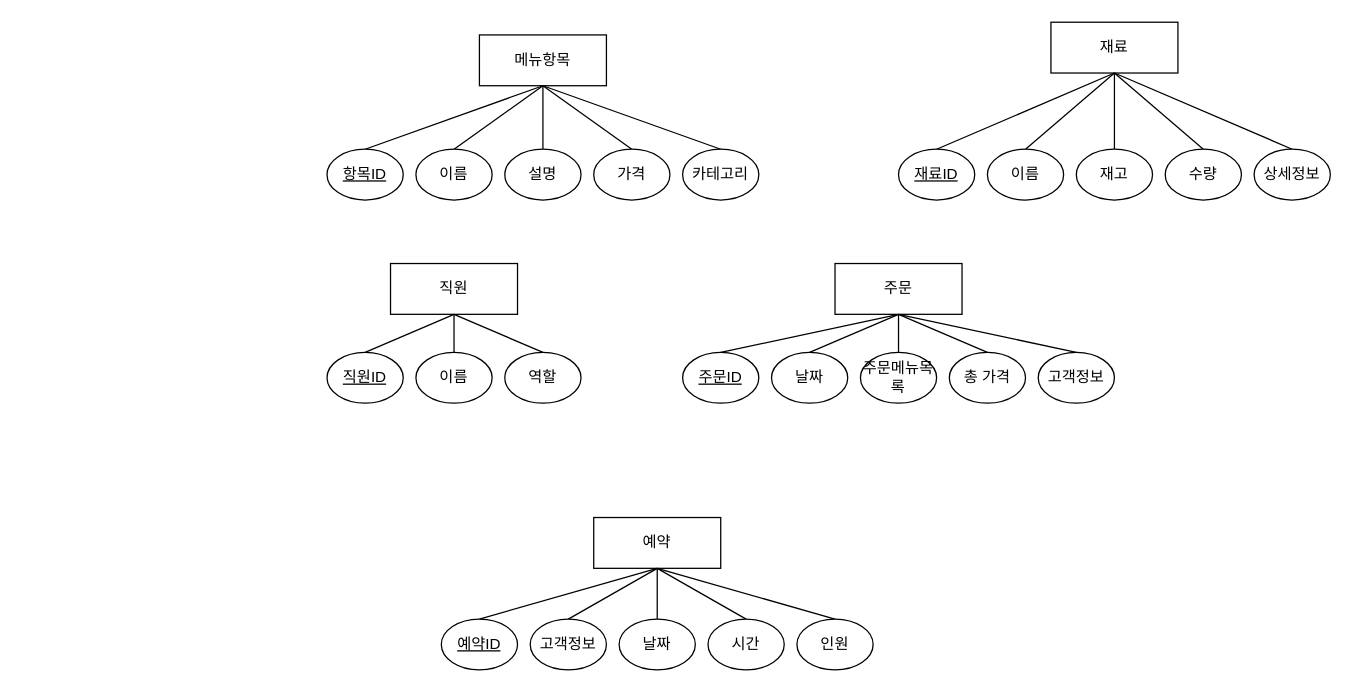
Above: 이탈리안_레스토랑_데베설과제.drawio in dbsrudrla/diagram (draw.io), before the change. Source tidied: cells renumbered, new cells numbered last; positions are measured from the earlier drawing's top-left corner, leaving out a move shared by most shapes. Both pictures are drawn from the tidied source at 127%, with x=0, y=0 at pixel (326, 22).
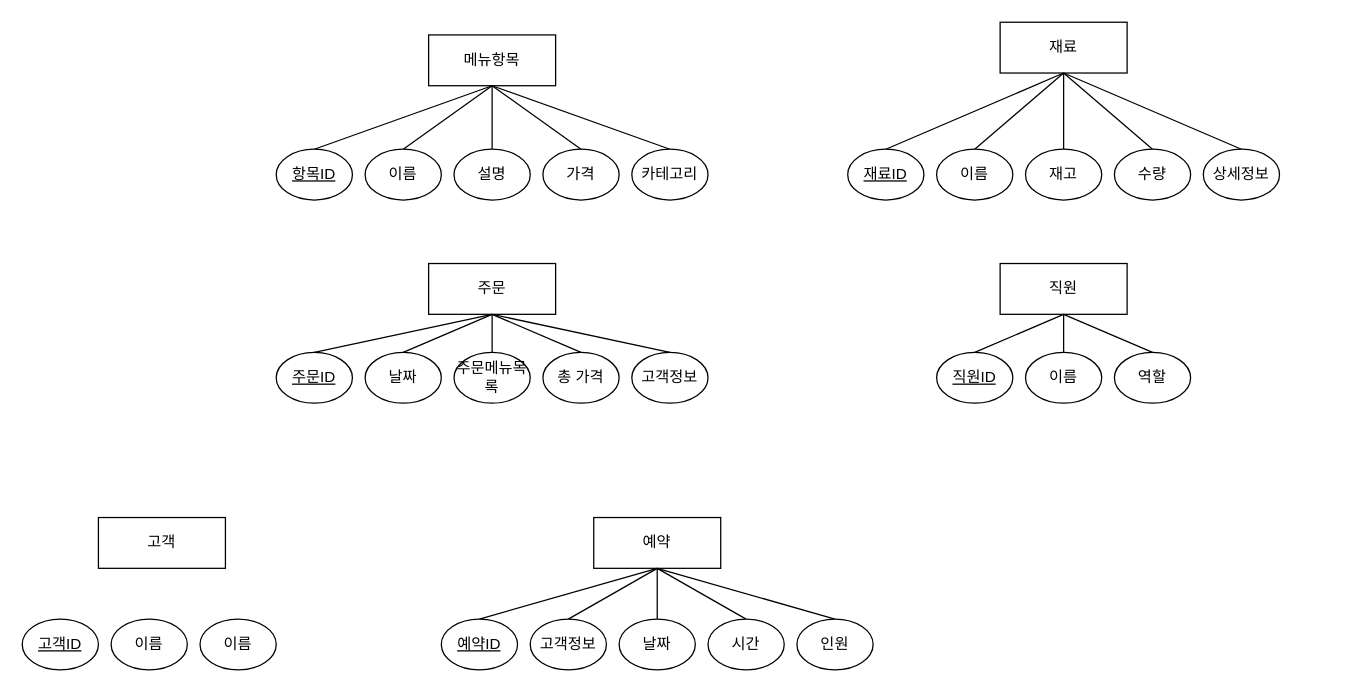
Above is the later version.

Commit message (it also covers changes not shown here):
이탈리안_레스토랑_데베설과제.drawio 업데이트

What changed in the source:
```diff
@@
     <mxCell id="2" value="메뉴항목" style="whiteSpace=wrap;html=1;align=center;" parent="1" vertex="1">
-      <mxGeometry x="120" y="10" width="100" height="40" as="geometry" />
+      <mxGeometry x="80" y="10" width="100" height="40" as="geometry" />
     </mxCell>
     <mxCell id="3" value="재료" style="whiteSpace=wrap;html=1;align=center;" parent="1" vertex="1">
-      <mxGeometry x="570" width="100" height="40" as="geometry" />
+      <mxGeometry x="530" width="100" height="40" as="geometry" />
     </mxCell>
     <mxCell id="4" value="주문" style="whiteSpace=wrap;html=1;align=center;" parent="1" vertex="1">
-      <mxGeometry x="400" y="190" width="100" height="40" as="geometry" />
+      <mxGeometry x="80" y="190" width="100" height="40" as="geometry" />
     </mxCell>
     <mxCell id="5" value="직원" style="whiteSpace=wrap;html=1;align=center;" parent="1" vertex="1">
-      <mxGeometry x="50" y="190" width="100" height="40" as="geometry" />
+      <mxGeometry x="530" y="190" width="100" height="40" as="geometry" />
     </mxCell>
@@
     <mxCell id="8" value="재고" style="ellipse;whiteSpace=wrap;html=1;align=center;" parent="1" vertex="1">
-      <mxGeometry x="590" y="100" width="60" height="40" as="geometry" />
+      <mxGeometry x="550" y="100" width="60" height="40" as="geometry" />
     </mxCell>
@@
     <mxCell id="10" value="이름" style="ellipse;whiteSpace=wrap;html=1;align=center;" parent="1" vertex="1">
-      <mxGeometry x="520" y="100" width="60" height="40" as="geometry" />
+      <mxGeometry x="480" y="100" width="60" height="40" as="geometry" />
     </mxCell>
@@
     <mxCell id="12" value="&lt;u&gt;재료ID&lt;/u&gt;" style="ellipse;whiteSpace=wrap;html=1;align=center;" parent="1" vertex="1">
-      <mxGeometry x="450" y="100" width="60" height="40" as="geometry" />
+      <mxGeometry x="410" y="100" width="60" height="40" as="geometry" />
     </mxCell>
@@
     <mxCell id="14" value="카테고리" style="ellipse;whiteSpace=wrap;html=1;align=center;" parent="1" vertex="1">
-      <mxGeometry x="280" y="100" width="60" height="40" as="geometry" />
+      <mxGeometry x="240" y="100" width="60" height="40" as="geometry" />
     </mxCell>
@@
     <mxCell id="16" value="가격" style="ellipse;whiteSpace=wrap;html=1;align=center;" parent="1" vertex="1">
-      <mxGeometry x="210" y="100" width="60" height="40" as="geometry" />
+      <mxGeometry x="170" y="100" width="60" height="40" as="geometry" />
     </mxCell>
@@
     <mxCell id="18" value="설명" style="ellipse;whiteSpace=wrap;html=1;align=center;" parent="1" vertex="1">
-      <mxGeometry x="140" y="100" width="60" height="40" as="geometry" />
+      <mxGeometry x="100" y="100" width="60" height="40" as="geometry" />
     </mxCell>
@@
     <mxCell id="20" value="이름" style="ellipse;whiteSpace=wrap;html=1;align=center;" parent="1" vertex="1">
-      <mxGeometry x="70" y="100" width="60" height="40" as="geometry" />
+      <mxGeometry x="30" y="100" width="60" height="40" as="geometry" />
     </mxCell>
@@
     <mxCell id="22" value="&lt;u&gt;항목ID&lt;/u&gt;" style="ellipse;whiteSpace=wrap;html=1;align=center;" parent="1" vertex="1">
-      <mxGeometry y="100" width="60" height="40" as="geometry" />
+      <mxGeometry x="-40" y="100" width="60" height="40" as="geometry" />
     </mxCell>
@@
     <mxCell id="24" value="수량" style="ellipse;whiteSpace=wrap;html=1;align=center;" parent="1" vertex="1">
-      <mxGeometry x="660" y="100" width="60" height="40" as="geometry" />
+      <mxGeometry x="620" y="100" width="60" height="40" as="geometry" />
     </mxCell>
@@
     <mxCell id="26" value="상세정보" style="ellipse;whiteSpace=wrap;html=1;align=center;" parent="1" vertex="1">
-      <mxGeometry x="730" y="100" width="60" height="40" as="geometry" />
+      <mxGeometry x="690" y="100" width="60" height="40" as="geometry" />
     </mxCell>
@@
     <mxCell id="28" value="이름" style="ellipse;whiteSpace=wrap;html=1;align=center;" parent="1" vertex="1">
-      <mxGeometry x="70" y="260" width="60" height="40" as="geometry" />
+      <mxGeometry x="550" y="260" width="60" height="40" as="geometry" />
     </mxCell>
@@
     <mxCell id="30" value="직원ID" style="ellipse;whiteSpace=wrap;html=1;align=center;fontStyle=4;" parent="1" vertex="1">
-      <mxGeometry y="260" width="60" height="40" as="geometry" />
+      <mxGeometry x="480" y="260" width="60" height="40" as="geometry" />
     </mxCell>
@@
     <mxCell id="32" value="역할" style="ellipse;whiteSpace=wrap;html=1;align=center;" parent="1" vertex="1">
-      <mxGeometry x="140" y="260" width="60" height="40" as="geometry" />
+      <mxGeometry x="620" y="260" width="60" height="40" as="geometry" />
     </mxCell>
@@
     <mxCell id="34" value="&lt;u&gt;주문ID&lt;/u&gt;" style="ellipse;whiteSpace=wrap;html=1;align=center;" parent="1" vertex="1">
-      <mxGeometry x="280" y="260" width="60" height="40" as="geometry" />
+      <mxGeometry x="-40" y="260" width="60" height="40" as="geometry" />
     </mxCell>
@@
     <mxCell id="36" value="날짜" style="ellipse;whiteSpace=wrap;html=1;align=center;" parent="1" vertex="1">
-      <mxGeometry x="350" y="260" width="60" height="40" as="geometry" />
+      <mxGeometry x="30" y="260" width="60" height="40" as="geometry" />
     </mxCell>
@@
     <mxCell id="38" value="주문메뉴목록" style="ellipse;whiteSpace=wrap;html=1;align=center;" parent="1" vertex="1">
-      <mxGeometry x="420" y="260" width="60" height="40" as="geometry" />
+      <mxGeometry x="100" y="260" width="60" height="40" as="geometry" />
     </mxCell>
@@
     <mxCell id="40" value="총 가격" style="ellipse;whiteSpace=wrap;html=1;align=center;" parent="1" vertex="1">
-      <mxGeometry x="490" y="260" width="60" height="40" as="geometry" />
+      <mxGeometry x="170" y="260" width="60" height="40" as="geometry" />
     </mxCell>
@@
     <mxCell id="42" value="고객정보" style="ellipse;whiteSpace=wrap;html=1;align=center;" parent="1" vertex="1">
-      <mxGeometry x="560" y="260" width="60" height="40" as="geometry" />
+      <mxGeometry x="240" y="260" width="60" height="40" as="geometry" />
     </mxCell>
@@
+    <mxCell id="53" value="고객" style="whiteSpace=wrap;html=1;align=center;" parent="1" vertex="1">
+      <mxGeometry x="-180" y="390" width="100" height="40" as="geometry" />
+    </mxCell>
+    <mxCell id="54" value="&lt;u&gt;고객ID&lt;/u&gt;" style="ellipse;whiteSpace=wrap;html=1;align=center;" parent="1" vertex="1">
+      <mxGeometry x="-240" y="470" width="60" height="40" as="geometry" />
+    </mxCell>
+    <mxCell id="55" value="이름" style="ellipse;whiteSpace=wrap;html=1;align=center;" parent="1" vertex="1">
+      <mxGeometry x="-170" y="470" width="60" height="40" as="geometry" />
+    </mxCell>
+    <mxCell id="56" value="이름" style="ellipse;whiteSpace=wrap;html=1;align=center;" parent="1" vertex="1">
+      <mxGeometry x="-100" y="470" width="60" height="40" as="geometry" />
+    </mxCell>
```
